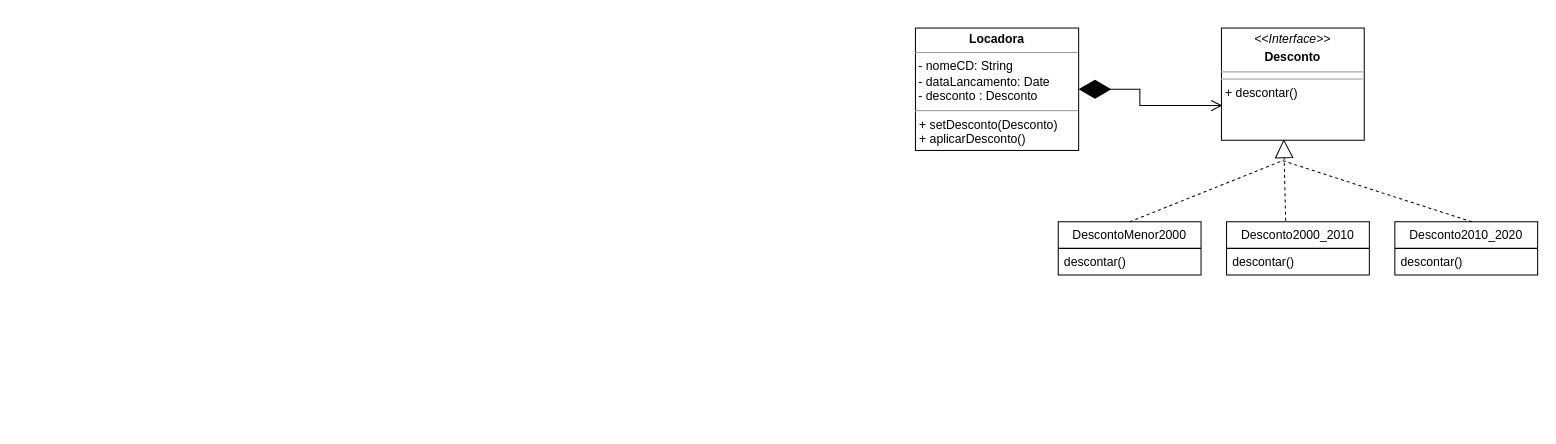
Ariane-Sousa/bertoti keeps this draw.io diagram as Padroes/strategy/diagrama/strategy.drawio. Above is the earlier version. Source tidied: cells renumbered, new cells numbered last; positions are measured from the earlier drawing's top-left corner, leaving out a move shared by most shapes. Both pictures are drawn from the tidied source at 102%, with x=0, y=0 at pixel (915, 28).
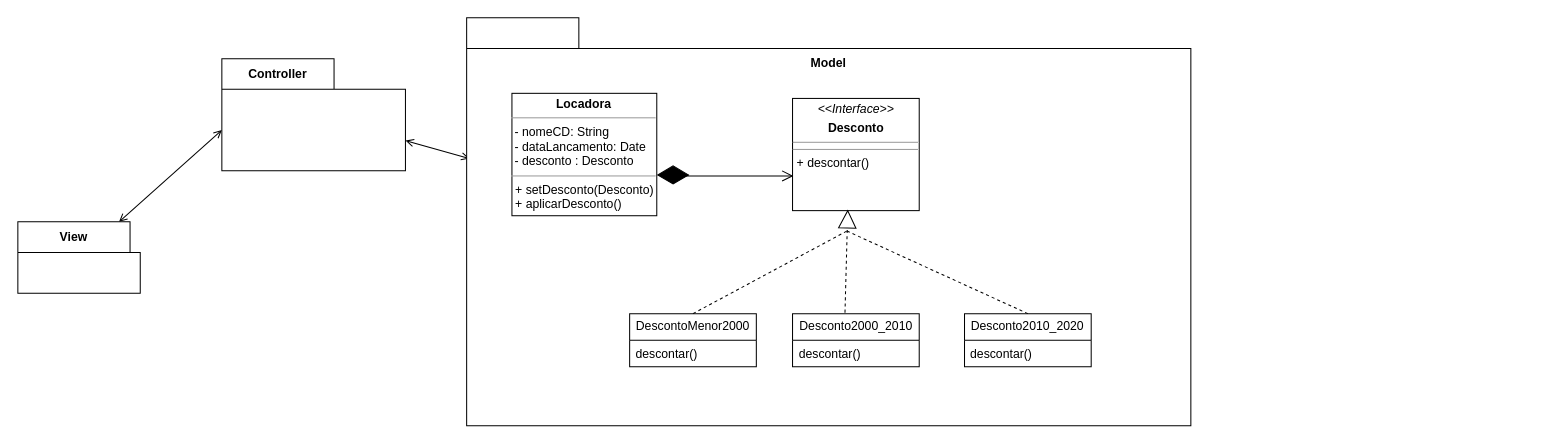
The same page after the edit.

The edit, as a diff of the source:
```diff
@@
+    <mxCell id="14" style="rounded=0;jettySize=auto;html=1;entryX=0;entryY=0;entryDx=0;entryDy=70;entryPerimeter=0;startArrow=open;startFill=0;endArrow=open;endFill=0;" parent="1" edge="1" source="15" target="18">
+      <mxGeometry relative="1" as="geometry" />
+    </mxCell>
+    <mxCell id="15" value="View" style="shape=folder;fontStyle=1;tabWidth=110;tabHeight=30;tabPosition=left;html=1;boundedLbl=1;labelInHeader=1;whiteSpace=wrap;" parent="1" vertex="1">
+      <mxGeometry x="-880" y="190" width="120" height="70" as="geometry" />
+    </mxCell>
+    <mxCell id="16" style="html=1;strokeColor=none;fillColor=none;whiteSpace=wrap;" parent="15" vertex="1">
+      <mxGeometry width="120" height="49" relative="1" as="geometry">
+        <mxPoint y="30" as="offset" />
+      </mxGeometry>
+    </mxCell>
+    <mxCell id="17" style="rounded=0;jettySize=auto;html=1;entryX=0.004;entryY=0.345;entryDx=0;entryDy=0;entryPerimeter=0;startArrow=open;startFill=0;endArrow=open;endFill=0;" parent="1" edge="1" source="18" target="20">
+      <mxGeometry relative="1" as="geometry" />
+    </mxCell>
+    <mxCell id="18" value="Controller" style="shape=folder;fontStyle=1;tabWidth=110;tabHeight=30;tabPosition=left;html=1;boundedLbl=1;labelInHeader=1;whiteSpace=wrap;" parent="1" vertex="1">
+      <mxGeometry x="-680" y="30" width="180" height="110" as="geometry" />
+    </mxCell>
+    <mxCell id="19" style="html=1;strokeColor=none;fillColor=none;whiteSpace=wrap;" parent="18" vertex="1">
+      <mxGeometry width="180" height="77" relative="1" as="geometry">
+        <mxPoint y="30" as="offset" />
+      </mxGeometry>
+    </mxCell>
+    <mxCell id="20" style="shape=folder;fontStyle=1;tabWidth=110;tabHeight=30;tabPosition=left;html=1;boundedLbl=1;labelInHeader=1;whiteSpace=wrap;" parent="1" vertex="1">
+      <mxGeometry x="-440" y="-10" width="710" height="400" as="geometry" />
+    </mxCell>
+    <mxCell id="21" style="html=1;strokeColor=none;fillColor=none;whiteSpace=wrap;" parent="20" vertex="1">
+      <mxGeometry width="252.05" height="80" relative="1" as="geometry">
+        <mxPoint x="-300" y="220" as="offset" />
+      </mxGeometry>
+    </mxCell>
-    <mxCell id="2" style="edgeStyle=orthogonalEdgeStyle;rounded=0;jettySize=auto;html=1;entryX=0.007;entryY=0.691;entryDx=0;entryDy=0;entryPerimeter=0;startArrow=diamondThin;startFill=1;startSize=29;endSize=9;endArrow=open;endFill=0;" parent="1" edge="1" target="4">
+    <mxCell id="2" style="edgeStyle=orthogonalEdgeStyle;rounded=0;jettySize=auto;html=1;entryX=0.007;entryY=0.691;entryDx=0;entryDy=0;entryPerimeter=0;startArrow=diamondThin;startFill=1;startSize=29;endSize=9;endArrow=open;endFill=0;exitX=1;exitY=0.667;exitDx=0;exitDy=0;exitPerimeter=0;" parent="20" edge="1" source="3" target="4">
       <mxGeometry relative="1" as="geometry">
-        <mxPoint x="160" y="60" as="sourcePoint" />
         <Array as="points">
-          <mxPoint x="220" y="60" />
-          <mxPoint x="220" y="76" />
+          <mxPoint x="204.1" y="154" />
+          <mxPoint x="204.1" y="155" />
         </Array>
       </mxGeometry>
     </mxCell>
-    <mxCell id="3" value="&lt;p style=&quot;margin:0px;margin-top:4px;text-align:center;&quot;&gt;&lt;b&gt;Locadora&lt;/b&gt;&lt;/p&gt;&lt;hr size=&quot;1&quot;&gt;&lt;div&gt;&amp;nbsp;- nomeCD: String&lt;/div&gt;&lt;div&gt;&amp;nbsp;- dataLancamento: Date&lt;br&gt;&lt;/div&gt;&lt;div&gt;&amp;nbsp;- desconto : Desconto&lt;br&gt;&lt;/div&gt;&lt;hr size=&quot;1&quot;&gt;&lt;p style=&quot;margin:0px;margin-left:4px;&quot;&gt;+ setDesconto(Desconto)&lt;/p&gt;&lt;p style=&quot;margin:0px;margin-left:4px;&quot;&gt;+ aplicarDesconto()&lt;br&gt;&lt;/p&gt;&lt;p style=&quot;margin:0px;margin-left:4px;&quot;&gt;&lt;br&gt;&lt;/p&gt;" style="verticalAlign=top;align=left;overflow=fill;fontSize=12;fontFamily=Helvetica;html=1;whiteSpace=wrap;" parent="1" vertex="1">
-      <mxGeometry width="160" height="120" as="geometry" />
+    <mxCell id="3" value="&lt;p style=&quot;margin:0px;margin-top:4px;text-align:center;&quot;&gt;&lt;b&gt;Locadora&lt;/b&gt;&lt;/p&gt;&lt;hr size=&quot;1&quot;&gt;&lt;div&gt;&amp;nbsp;- nomeCD: String&lt;/div&gt;&lt;div&gt;&amp;nbsp;- dataLancamento: Date&lt;br&gt;&lt;/div&gt;&lt;div&gt;&amp;nbsp;- desconto : Desconto&lt;br&gt;&lt;/div&gt;&lt;hr size=&quot;1&quot;&gt;&lt;p style=&quot;margin:0px;margin-left:4px;&quot;&gt;+ setDesconto(Desconto)&lt;/p&gt;&lt;p style=&quot;margin:0px;margin-left:4px;&quot;&gt;+ aplicarDesconto()&lt;br&gt;&lt;/p&gt;&lt;p style=&quot;margin:0px;margin-left:4px;&quot;&gt;&lt;br&gt;&lt;/p&gt;" style="verticalAlign=top;align=left;overflow=fill;fontSize=12;fontFamily=Helvetica;html=1;whiteSpace=wrap;" parent="20" vertex="1">
+      <mxGeometry x="44.4" y="74" width="142" height="120" as="geometry" />
     </mxCell>
-    <mxCell id="4" value="&lt;p style=&quot;margin:0px;margin-top:4px;text-align:center;&quot;&gt;&lt;i&gt;&amp;lt;&amp;lt;Interface&amp;gt;&amp;gt;&lt;/i&gt;&lt;/p&gt;&lt;p style=&quot;margin:0px;margin-top:4px;text-align:center;&quot;&gt;&lt;b&gt;Desconto&lt;/b&gt;&lt;br&gt;&lt;/p&gt;&lt;hr size=&quot;1&quot;&gt;&lt;hr size=&quot;1&quot;&gt;&lt;p style=&quot;margin:0px;margin-left:4px;&quot;&gt;+ descontar()&lt;br&gt;&lt;/p&gt;" style="verticalAlign=top;align=left;overflow=fill;fontSize=12;fontFamily=Helvetica;html=1;whiteSpace=wrap;" parent="1" vertex="1">
-      <mxGeometry x="300" width="140" height="110" as="geometry" />
+    <mxCell id="4" value="&lt;p style=&quot;margin:0px;margin-top:4px;text-align:center;&quot;&gt;&lt;i&gt;&amp;lt;&amp;lt;Interface&amp;gt;&amp;gt;&lt;/i&gt;&lt;/p&gt;&lt;p style=&quot;margin:0px;margin-top:4px;text-align:center;&quot;&gt;&lt;b&gt;Desconto&lt;/b&gt;&lt;br&gt;&lt;/p&gt;&lt;hr size=&quot;1&quot;&gt;&lt;hr size=&quot;1&quot;&gt;&lt;p style=&quot;margin:0px;margin-left:4px;&quot;&gt;+ descontar()&lt;br&gt;&lt;/p&gt;" style="verticalAlign=top;align=left;overflow=fill;fontSize=12;fontFamily=Helvetica;html=1;whiteSpace=wrap;" parent="20" vertex="1">
+      <mxGeometry x="319.5" y="79" width="124.2" height="110" as="geometry" />
     </mxCell>
-    <mxCell id="5" value="Desconto2000_2010" style="swimlane;fontStyle=0;horizontal=1;startSize=26;fillColor=none;whiteSpace=wrap;html=1;" parent="1" vertex="1">
-      <mxGeometry x="305" y="190" width="140" height="52" as="geometry" />
+    <mxCell id="5" value="Desconto2000_2010" style="swimlane;fontStyle=0;horizontal=1;startSize=26;fillColor=none;whiteSpace=wrap;html=1;" parent="20" vertex="1">
+      <mxGeometry x="319.5" y="290" width="124.2" height="52" as="geometry" />
     </mxCell>
     <mxCell id="6" value="descontar()" style="text;strokeColor=none;fillColor=none;align=left;verticalAlign=top;spacingLeft=4;spacingRight=4;overflow=hidden;whiteSpace=wrap;html=1;" parent="5" vertex="1">
-      <mxGeometry y="26" width="140" height="26" as="geometry" />
+      <mxGeometry y="26" width="124.2" height="26" as="geometry" />
     </mxCell>
-    <mxCell id="7" style="rounded=0;orthogonalLoop=1;jettySize=auto;html=1;dashed=1;endArrow=none;endFill=0;" parent="1" edge="1">
+    <mxCell id="7" style="rounded=0;jettySize=auto;html=1;dashed=1;endArrow=none;endFill=0;exitX=0.5;exitY=0;exitDx=0;exitDy=0;" parent="20" edge="1" source="8">
       <mxGeometry relative="1" as="geometry">
-        <mxPoint x="545.6" y="190" as="sourcePoint" />
-        <mxPoint x="360" y="130" as="targetPoint" />
+        <mxPoint x="372.8" y="209" as="targetPoint" />
       </mxGeometry>
     </mxCell>
-    <mxCell id="8" value="Desconto2010_2020" style="swimlane;fontStyle=0;horizontal=1;startSize=26;fillColor=none;whiteSpace=wrap;html=1;" parent="1" vertex="1">
-      <mxGeometry x="470" y="190" width="140" height="52" as="geometry" />
+    <mxCell id="8" value="Desconto2010_2020" style="swimlane;fontStyle=0;horizontal=1;startSize=26;fillColor=none;whiteSpace=wrap;html=1;" parent="20" vertex="1">
+      <mxGeometry x="488.1" y="290" width="124.2" height="52" as="geometry" />
     </mxCell>
     <mxCell id="9" value="descontar()" style="text;strokeColor=none;fillColor=none;align=left;verticalAlign=top;spacingLeft=4;spacingRight=4;overflow=hidden;whiteSpace=wrap;html=1;" parent="8" vertex="1">
-      <mxGeometry y="26" width="140" height="26" as="geometry" />
+      <mxGeometry y="26" width="124.2" height="26" as="geometry" />
     </mxCell>
-    <mxCell id="10" style="rounded=0;jettySize=auto;html=1;exitX=0.5;exitY=0;exitDx=0;exitDy=0;endArrow=none;endFill=0;dashed=1;" parent="1" edge="1" source="11">
+    <mxCell id="10" style="rounded=0;jettySize=auto;html=1;exitX=0.5;exitY=0;exitDx=0;exitDy=0;endArrow=none;endFill=0;dashed=1;" parent="20" edge="1" source="11">
       <mxGeometry relative="1" as="geometry">
-        <mxPoint x="360" y="130" as="targetPoint" />
+        <mxPoint x="372.8" y="209" as="targetPoint" />
       </mxGeometry>
     </mxCell>
-    <mxCell id="11" value="DescontoMenor2000" style="swimlane;fontStyle=0;horizontal=1;startSize=26;fillColor=none;whiteSpace=wrap;html=1;" parent="1" vertex="1">
-      <mxGeometry x="140" y="190" width="140" height="52" as="geometry" />
+    <mxCell id="11" value="DescontoMenor2000" style="swimlane;fontStyle=0;horizontal=1;startSize=26;fillColor=none;whiteSpace=wrap;html=1;" parent="20" vertex="1">
+      <mxGeometry x="159.8" y="290" width="124.2" height="52" as="geometry" />
     </mxCell>
     <mxCell id="12" value="descontar()" style="text;strokeColor=none;fillColor=none;align=left;verticalAlign=top;spacingLeft=4;spacingRight=4;overflow=hidden;whiteSpace=wrap;html=1;" parent="11" vertex="1">
-      <mxGeometry y="26" width="140" height="26" as="geometry" />
+      <mxGeometry y="26" width="124.2" height="26" as="geometry" />
     </mxCell>
-    <mxCell id="13" style="endArrow=block;endSize=16;endFill=0;html=1;rounded=0;exitX=0.414;exitY=-0.019;exitDx=0;exitDy=0;exitPerimeter=0;entryX=0.436;entryY=0.991;entryDx=0;entryDy=0;entryPerimeter=0;dashed=1;" parent="1" edge="1" source="5" target="4">
+    <mxCell id="13" style="endArrow=block;endSize=16;endFill=0;html=1;rounded=0;exitX=0.414;exitY=-0.019;exitDx=0;exitDy=0;exitPerimeter=0;entryX=0.436;entryY=0.991;entryDx=0;entryDy=0;entryPerimeter=0;dashed=1;" parent="20" edge="1" source="5" target="4">
       <mxGeometry relative="1" as="geometry" />
     </mxCell>
+    <mxCell id="22" value="&lt;b&gt;Model&lt;/b&gt;" style="text;html=1;strokeColor=none;fillColor=none;align=center;verticalAlign=middle;whiteSpace=wrap;rounded=0;" parent="20" vertex="1">
+      <mxGeometry x="8.9" y="30" width="692.2" height="30" as="geometry" />
+    </mxCell>
```
